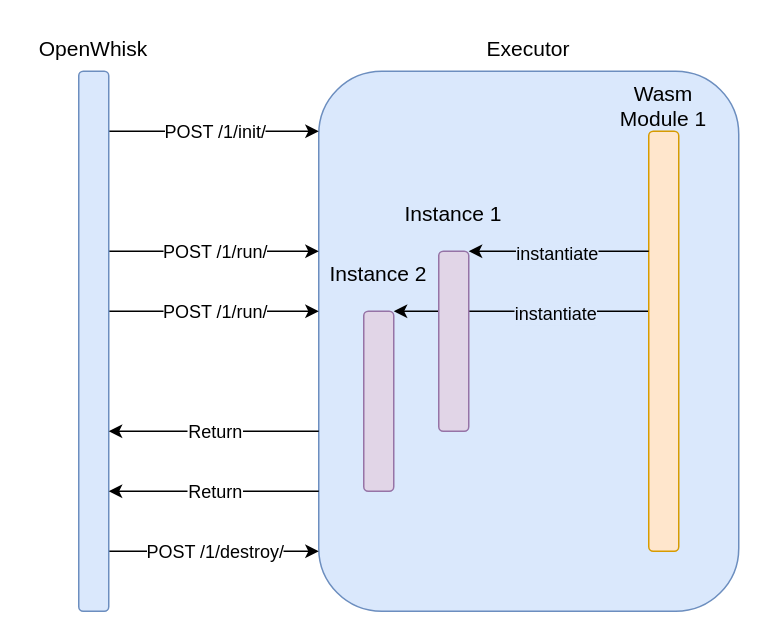
Above: figures/drawio/OpenWhiskConcurrencyLimitGreaterOne.drawio in PhilippGackstatter/diploma-thesis (draw.io), before the change. Source tidied: cells renumbered, new cells numbered last; positions are measured from the earlier drawing's top-left corner, leaving out a move shared by most shapes. Both pictures are drawn from the tidied source at 150%, with x=0, y=0 at pixel (26, 26).
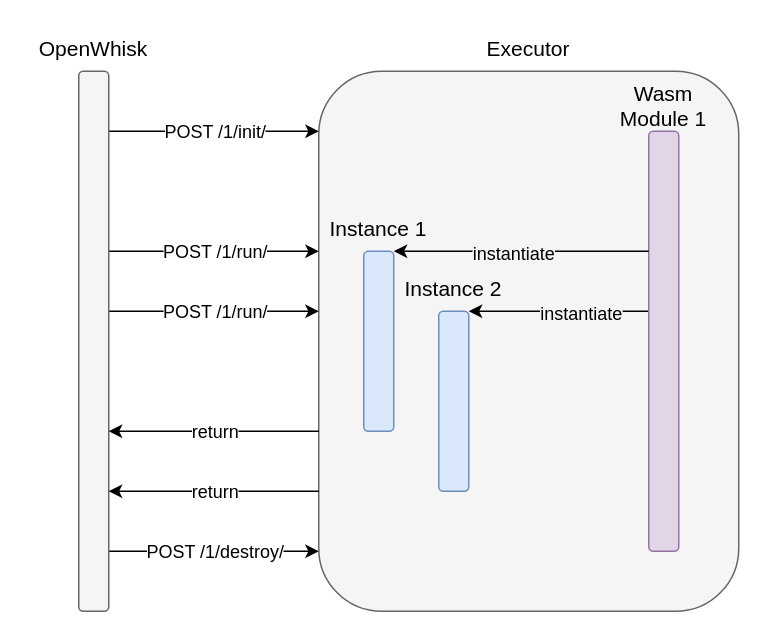
After the change.

Commit message (it also covers changes not shown here):
design: Add action creation flow figure

Unchanged cells that the change refers to:
```xml
<mxCell id="3" style="endArrow=classic;html=1;shadow=0;fontSize=14;entryX=1;entryY=0;entryDx=0;entryDy=0;" parent="1" edge="1" target="16">
  <mxGeometry relative="1" as="geometry">
    <mxPoint x="415" y="190" as="sourcePoint" />
  </mxGeometry>
</mxCell>
<mxCell id="24" style="endArrow=classic;html=1;" parent="1" edge="1">
  <mxGeometry relative="1" as="geometry">
    <mxPoint x="195" y="270" as="sourcePoint" />
    <mxPoint x="55" y="270" as="targetPoint" />
  </mxGeometry>
</mxCell>
<mxCell id="26" style="endArrow=classic;html=1;" parent="1" edge="1">
  <mxGeometry relative="1" as="geometry">
    <mxPoint x="195" y="310" as="sourcePoint" />
    <mxPoint x="55" y="310" as="targetPoint" />
  </mxGeometry>
</mxCell>
```

Change to the diagram source:
```diff
@@
-    <mxCell id="2" style="rounded=1;whiteSpace=wrap;html=1;fontSize=12;strokeColor=#6c8ebf;fillColor=#dae8fc;" parent="1" vertex="1">
+    <mxCell id="2" style="rounded=1;whiteSpace=wrap;html=1;fontSize=12;strokeColor=#666666;fontColor=#333333;fillColor=#F5F5F5;" parent="1" vertex="1">
       <mxGeometry x="195" y="30" width="280" height="360" as="geometry" />
     </mxCell>
@@
-    <mxCell id="4" value="&lt;span style=&quot;color: rgb(0 , 0 , 0) ; font-family: &amp;#34;jetbrains mono&amp;#34; ; font-size: 12px ; font-style: normal ; font-weight: 400 ; letter-spacing: normal ; text-align: center ; text-indent: 0px ; text-transform: none ; word-spacing: 0px ; display: inline ; float: none&quot;&gt;instantiate&lt;/span&gt;" style="edgeLabel;html=1;align=center;verticalAlign=middle;fontSize=14;labelBackgroundColor=#DAE8FC;" parent="3" vertex="1">
+    <mxCell id="4" value="&lt;span style=&quot;color: rgb(0 , 0 , 0) ; font-family: &amp;quot;jetbrains mono&amp;quot; ; font-size: 12px ; font-style: normal ; font-weight: 400 ; letter-spacing: normal ; text-align: center ; text-indent: 0px ; text-transform: none ; word-spacing: 0px ; display: inline ; float: none&quot;&gt;instantiate&lt;/span&gt;" style="edgeLabel;html=1;align=center;verticalAlign=middle;fontSize=14;labelBackgroundColor=#F5F5F5;" parent="3" vertex="1">
       <mxGeometry x="-0.3" relative="1" as="geometry">
         <mxPoint x="-3.8" as="offset" />
       </mxGeometry>
     </mxCell>
@@
-    <mxCell id="13" value="&lt;span style=&quot;font-family: &amp;#34;linux biolinum o&amp;#34;&quot;&gt;&lt;br style=&quot;font-size: 12px&quot;&gt;&lt;/span&gt;" style="rounded=1;whiteSpace=wrap;html=1;fillColor=#dae8fc;strokeColor=#6c8ebf;fontSize=12;" parent="1" vertex="1">
+    <mxCell id="13" value="&lt;span style=&quot;font-family: &amp;#34;linux biolinum o&amp;#34;&quot;&gt;&lt;br style=&quot;font-size: 12px&quot;&gt;&lt;/span&gt;" style="rounded=1;whiteSpace=wrap;html=1;fillColor=#f5f5f5;strokeColor=#666666;fontSize=12;fontColor=#333333;" parent="1" vertex="1">
       <mxGeometry x="35" y="30" width="20" height="360" as="geometry" />
     </mxCell>
-    <mxCell id="14" style="rounded=1;whiteSpace=wrap;html=1;fillColor=#ffe6cc;strokeColor=#d79b00;fontSize=12;" parent="1" vertex="1">
+    <mxCell id="14" style="rounded=1;whiteSpace=wrap;html=1;fillColor=#e1d5e7;strokeColor=#9673a6;fontSize=12;" parent="1" vertex="1">
       <mxGeometry x="415" y="70" width="20" height="280" as="geometry" />
     </mxCell>
-    <mxCell id="15" style="rounded=1;whiteSpace=wrap;html=1;fillColor=#e1d5e7;strokeColor=#9673a6;fontSize=12;" parent="1" vertex="1">
-      <mxGeometry x="275" y="150" width="20" height="120" as="geometry" />
+    <mxCell id="15" style="rounded=1;whiteSpace=wrap;html=1;fillColor=#dae8fc;strokeColor=#6c8ebf;fontSize=12;" parent="1" vertex="1">
+      <mxGeometry x="225" y="150" width="20" height="120" as="geometry" />
     </mxCell>
-    <mxCell id="16" style="rounded=1;whiteSpace=wrap;html=1;fillColor=#e1d5e7;strokeColor=#9673a6;fontSize=12;" parent="1" vertex="1">
-      <mxGeometry x="225" y="190" width="20" height="120" as="geometry" />
+    <mxCell id="16" style="rounded=1;whiteSpace=wrap;html=1;fillColor=#dae8fc;strokeColor=#6c8ebf;fontSize=12;" parent="1" vertex="1">
+      <mxGeometry x="275" y="190" width="20" height="120" as="geometry" />
     </mxCell>
@@
     <mxCell id="19" style="endArrow=classic;html=1;shadow=0;fontSize=14;" parent="1" edge="1">
       <mxGeometry relative="1" as="geometry">
         <mxPoint x="415" y="150" as="sourcePoint" />
-        <mxPoint x="295" y="150" as="targetPoint" />
+        <mxPoint x="245" y="150" as="targetPoint" />
       </mxGeometry>
     </mxCell>
-    <mxCell id="20" value="&lt;span style=&quot;font-family: &amp;#34;jetbrains mono&amp;#34; ; font-size: 12px&quot;&gt;instantiate&lt;/span&gt;" style="edgeLabel;html=1;align=center;verticalAlign=middle;fontSize=14;labelBackgroundColor=#DAE8FC;" parent="19" vertex="1">
+    <mxCell id="20" value="&lt;span style=&quot;font-family: &amp;quot;jetbrains mono&amp;quot; ; font-size: 12px&quot;&gt;instantiate&lt;/span&gt;" style="edgeLabel;html=1;align=center;verticalAlign=middle;fontSize=14;labelBackgroundColor=#F5F5F5;" parent="19" vertex="1">
       <mxGeometry x="0.15" y="1" relative="1" as="geometry">
         <mxPoint x="7" y="-1" as="offset" />
       </mxGeometry>
     </mxCell>
     <mxCell id="21" value="&lt;span style=&quot;color: rgb(0 , 0 , 0) ; font-family: &amp;#34;linux biolinum o&amp;#34; ; font-size: 14px ; font-style: normal ; font-weight: 400 ; letter-spacing: normal ; text-indent: 0px ; text-transform: none ; word-spacing: 0px ; display: inline ; float: none&quot;&gt;Instance 2&lt;/span&gt;" style="text;whiteSpace=wrap;html=1;fontSize=14;align=center;labelBackgroundColor=none;" parent="1" vertex="1">
-      <mxGeometry x="195" y="150" width="80" height="30" as="geometry" />
+      <mxGeometry x="245" y="160" width="80" height="30" as="geometry" />
     </mxCell>
     <mxCell id="22" value="&lt;span style=&quot;color: rgb(0 , 0 , 0) ; font-family: &amp;#34;linux biolinum o&amp;#34; ; font-size: 14px ; font-style: normal ; font-weight: 400 ; letter-spacing: normal ; text-indent: 0px ; text-transform: none ; word-spacing: 0px ; display: inline ; float: none&quot;&gt;Instance 1&lt;/span&gt;" style="text;whiteSpace=wrap;html=1;fontSize=14;align=center;labelBackgroundColor=none;" parent="1" vertex="1">
-      <mxGeometry x="245" y="110" width="80" height="30" as="geometry" />
+      <mxGeometry x="195" y="120" width="80" height="30" as="geometry" />
     </mxCell>
@@
-    <mxCell id="25" value="Return" style="edgeLabel;html=1;align=center;verticalAlign=middle;fontSize=12;fontFamily=JetBrains Mono;labelBackgroundColor=#FFFFFF;" parent="24" vertex="1">
+    <mxCell id="25" value="return" style="edgeLabel;html=1;align=center;verticalAlign=middle;fontSize=12;fontFamily=JetBrains Mono;labelBackgroundColor=#FFFFFF;" parent="24" vertex="1">
       <mxGeometry relative="1" as="geometry" />
     </mxCell>
@@
-    <mxCell id="27" value="Return" style="edgeLabel;html=1;align=center;verticalAlign=middle;fontSize=12;fontFamily=JetBrains Mono;labelBackgroundColor=#FFFFFF;" parent="26" vertex="1">
+    <mxCell id="27" value="return" style="edgeLabel;html=1;align=center;verticalAlign=middle;fontSize=12;fontFamily=JetBrains Mono;labelBackgroundColor=#FFFFFF;" parent="26" vertex="1">
       <mxGeometry relative="1" as="geometry" />
     </mxCell>
```
